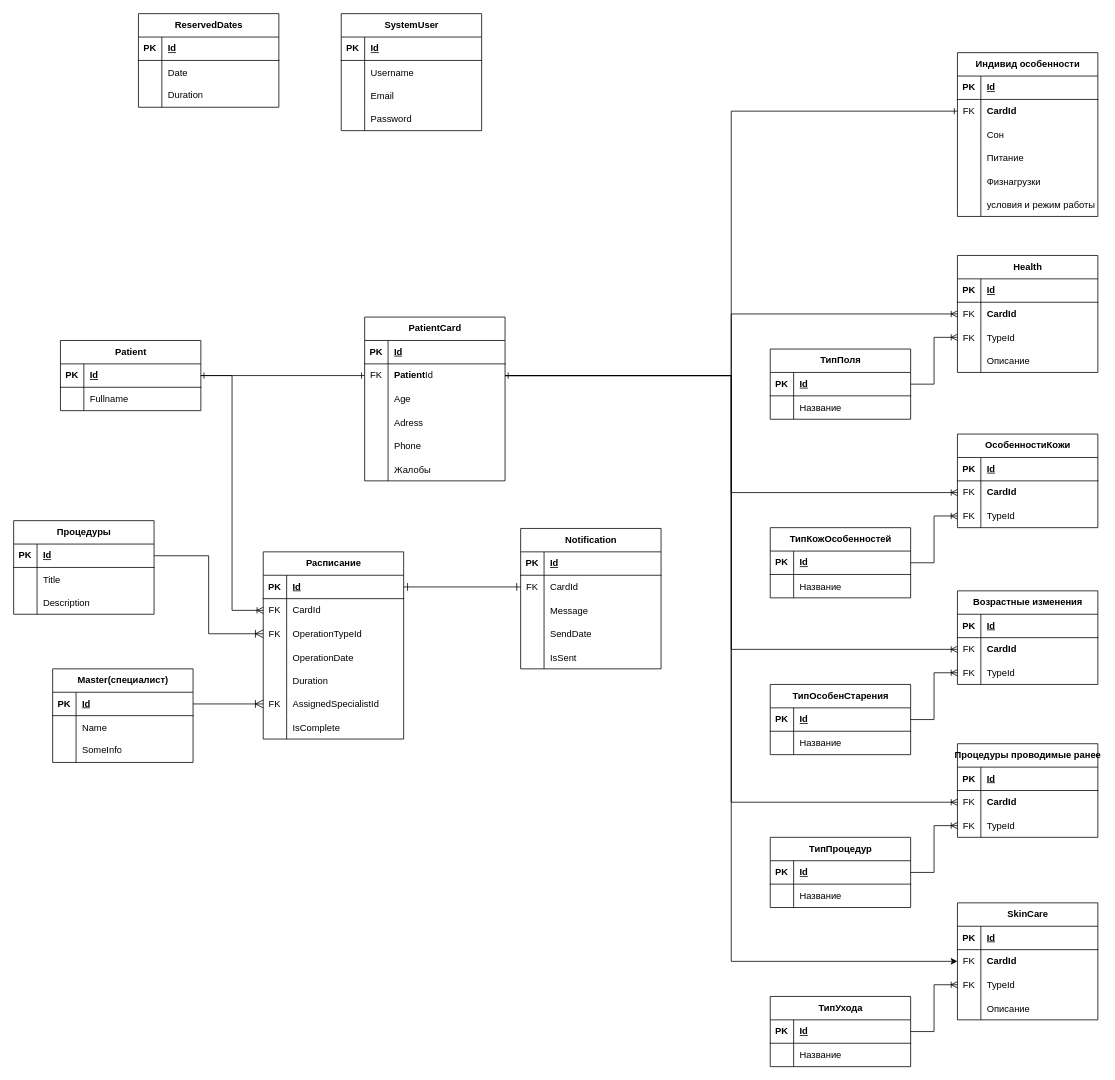
Before: Другие файлы/Доменные сущности.drawio in Sadaly/Cosmetics_GraduateWork, a draw.io diagram. Source tidied: cells renumbered, new cells numbered last; positions are measured from the earlier drawing's top-left corner, leaving out a move shared by most shapes. Both pictures are drawn from the tidied source at 78%, with x=0, y=0 at pixel (13, 13).
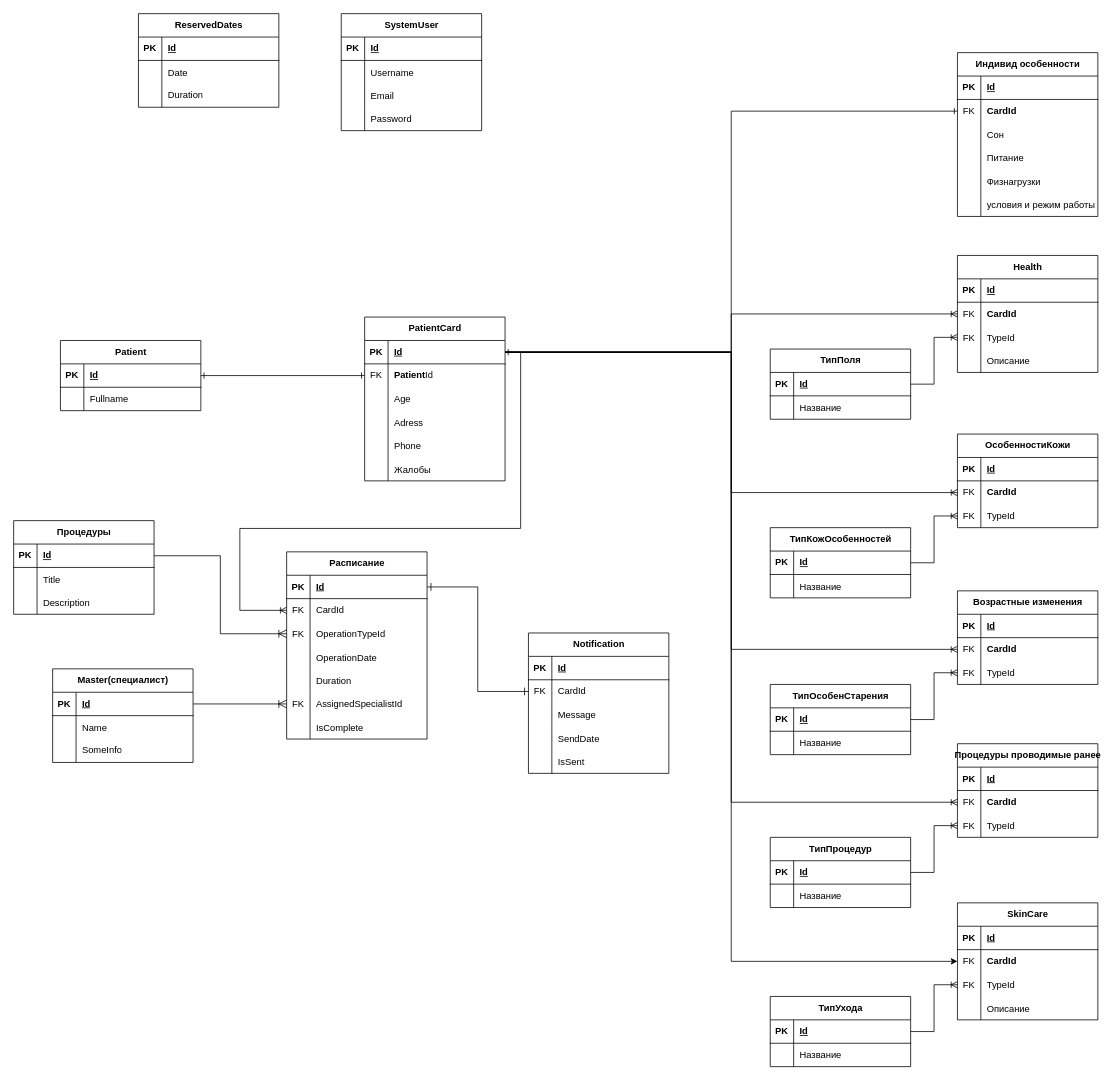
The same diagram, later.

Unchanged cells that the change refers to:
```xml
<mxCell id="16" style="shape=tableRow;horizontal=0;startSize=0;swimlaneHead=0;swimlaneBody=0;fillColor=none;points=[[0,0.5],[1,0.5]];portConstraint=eastwest;top=0;left=0;right=0;bottom=1;" parent="15" vertex="1">
  <mxGeometry y="30" width="180" height="30" as="geometry" />
</mxCell>
<mxCell id="19" style="shape=tableRow;horizontal=0;startSize=0;swimlaneHead=0;swimlaneBody=0;fillColor=none;points=[[0,0.5],[1,0.5]];portConstraint=eastwest;top=0;left=0;right=0;bottom=0;" parent="15" vertex="1">
  <mxGeometry y="60" width="180" height="30" as="geometry" />
</mxCell>
<mxCell id="45" style="shape=tableRow;horizontal=0;startSize=0;swimlaneHead=0;swimlaneBody=0;fillColor=none;points=[[0,0.5],[1,0.5]];portConstraint=eastwest;top=0;left=0;right=0;bottom=1;" parent="44" vertex="1">
  <mxGeometry y="30" width="180" height="30" as="geometry" />
</mxCell>
<mxCell id="55" style="shape=tableRow;horizontal=0;startSize=0;swimlaneHead=0;swimlaneBody=0;fillColor=none;points=[[0,0.5],[1,0.5]];portConstraint=eastwest;top=0;left=0;right=0;bottom=0;" parent="51" vertex="1">
  <mxGeometry y="60" width="180" height="30" as="geometry" />
</mxCell>
<mxCell id="117" style="shape=tableRow;horizontal=0;startSize=0;swimlaneHead=0;swimlaneBody=0;fillColor=none;points=[[0,0.5],[1,0.5]];portConstraint=eastwest;top=0;left=0;right=0;bottom=0;" parent="113" vertex="1">
  <mxGeometry y="60" width="180" height="30" as="geometry" />
</mxCell>
<mxCell id="131" style="shape=tableRow;horizontal=0;startSize=0;swimlaneHead=0;swimlaneBody=0;fillColor=none;points=[[0,0.5],[1,0.5]];portConstraint=eastwest;top=0;left=0;right=0;bottom=0;" parent="127" vertex="1">
  <mxGeometry y="60" width="180" height="30" as="geometry" />
</mxCell>
<mxCell id="152" style="shape=tableRow;horizontal=0;startSize=0;swimlaneHead=0;swimlaneBody=0;fillColor=none;points=[[0,0.5],[1,0.5]];portConstraint=eastwest;top=0;left=0;right=0;bottom=0;" parent="148" vertex="1">
  <mxGeometry y="60" width="180" height="30" as="geometry" />
</mxCell>
<mxCell id="170" style="shape=tableRow;horizontal=0;startSize=0;swimlaneHead=0;swimlaneBody=0;fillColor=none;points=[[0,0.5],[1,0.5]];portConstraint=eastwest;top=0;left=0;right=0;bottom=0;" parent="166" vertex="1">
  <mxGeometry y="60" width="180" height="30" as="geometry" />
</mxCell>
<mxCell id="188" style="shape=tableRow;horizontal=0;startSize=0;swimlaneHead=0;swimlaneBody=0;fillColor=none;points=[[0,0.5],[1,0.5]];portConstraint=eastwest;top=0;left=0;right=0;bottom=0;" parent="184" vertex="1">
  <mxGeometry y="60" width="180" height="30" as="geometry" />
</mxCell>
<mxCell id="218" style="shape=tableRow;horizontal=0;startSize=0;swimlaneHead=0;swimlaneBody=0;fillColor=none;points=[[0,0.5],[1,0.5]];portConstraint=eastwest;top=0;left=0;right=0;bottom=0;" parent="214" vertex="1">
  <mxGeometry y="60" width="180" height="30" as="geometry" />
</mxCell>
```

Change to the diagram source:
```diff
@@
     <mxCell id="51" value="Расписание" style="shape=table;startSize=30;childLayout=tableLayout;rowLines=0;fontStyle=1;align=center;html=1;" parent="1" vertex="1">
-      <mxGeometry x="320" y="690" width="180" height="240" as="geometry" />
+      <mxGeometry x="350" y="690" width="180" height="240" as="geometry" />
     </mxCell>
@@
     <mxCell id="84" value="Notification" style="shape=table;startSize=30;childLayout=tableLayout;rowLines=0;fontStyle=1;align=center;html=1;" parent="1" vertex="1">
-      <mxGeometry x="650" y="660" width="180" height="180" as="geometry" />
+      <mxGeometry x="660" y="794" width="180" height="180" as="geometry" />
     </mxCell>
@@
-    <mxCell id="112" style="edgeStyle=orthogonalEdgeStyle;rounded=0;jettySize=auto;html=1;endArrow=ERoneToMany;endFill=0;" parent="1" edge="1" source="45" target="55">
-      <mxGeometry relative="1" as="geometry" />
+    <mxCell id="112" style="edgeStyle=orthogonalEdgeStyle;rounded=0;jettySize=auto;html=1;endArrow=ERoneToMany;endFill=0;exitX=1;exitY=0.5;exitDx=0;exitDy=0;" parent="1" edge="1" source="16" target="55">
+      <mxGeometry relative="1" as="geometry">
+        <Array as="points">
+          <mxPoint x="650" y="434" />
+          <mxPoint x="650" y="660" />
+          <mxPoint x="290" y="660" />
+          <mxPoint x="290" y="765" />
+        </Array>
+      </mxGeometry>
     </mxCell>
@@
-    <mxCell id="126" style="edgeStyle=orthogonalEdgeStyle;rounded=0;jettySize=auto;html=1;endArrow=ERoneToMany;endFill=0;startArrow=none;startFill=0;" parent="1" edge="1" source="19" target="117">
+    <mxCell id="126" style="edgeStyle=orthogonalEdgeStyle;rounded=0;jettySize=auto;html=1;endArrow=ERoneToMany;endFill=0;startArrow=none;startFill=0;" parent="1" edge="1" source="16" target="117">
       <mxGeometry relative="1" as="geometry" />
     </mxCell>
@@
-    <mxCell id="146" style="edgeStyle=orthogonalEdgeStyle;rounded=0;jettySize=auto;html=1;endArrow=ERone;endFill=0;startArrow=ERone;startFill=0;" parent="1" edge="1" source="19" target="131">
+    <mxCell id="146" style="edgeStyle=orthogonalEdgeStyle;rounded=0;jettySize=auto;html=1;endArrow=ERone;endFill=0;startArrow=ERone;startFill=0;" parent="1" edge="1" source="16" target="131">
       <mxGeometry relative="1" as="geometry" />
     </mxCell>
@@
-    <mxCell id="165" style="edgeStyle=orthogonalEdgeStyle;rounded=0;jettySize=auto;html=1;endArrow=ERoneToMany;endFill=0;" parent="1" edge="1" source="19" target="152">
+    <mxCell id="165" style="edgeStyle=orthogonalEdgeStyle;rounded=0;jettySize=auto;html=1;endArrow=ERoneToMany;endFill=0;" parent="1" edge="1" source="16" target="152">
       <mxGeometry relative="1" as="geometry" />
     </mxCell>
@@
-    <mxCell id="183" style="edgeStyle=orthogonalEdgeStyle;rounded=0;jettySize=auto;html=1;endArrow=ERoneToMany;endFill=0;" parent="1" edge="1" source="19" target="170">
+    <mxCell id="183" style="edgeStyle=orthogonalEdgeStyle;rounded=0;jettySize=auto;html=1;endArrow=ERoneToMany;endFill=0;" parent="1" edge="1" source="16" target="170">
       <mxGeometry relative="1" as="geometry" />
     </mxCell>
@@
-    <mxCell id="201" style="edgeStyle=orthogonalEdgeStyle;rounded=0;jettySize=auto;html=1;endArrow=ERoneToMany;endFill=0;" parent="1" edge="1" source="19" target="188">
+    <mxCell id="201" style="edgeStyle=orthogonalEdgeStyle;rounded=0;jettySize=auto;html=1;endArrow=ERoneToMany;endFill=0;" parent="1" edge="1" source="16" target="188">
       <mxGeometry relative="1" as="geometry" />
     </mxCell>
@@
-    <mxCell id="205" style="edgeStyle=orthogonalEdgeStyle;rounded=0;jettySize=auto;html=1;" parent="1" edge="1" source="19" target="218">
+    <mxCell id="205" style="edgeStyle=orthogonalEdgeStyle;rounded=0;jettySize=auto;html=1;" parent="1" edge="1" source="16" target="218">
       <mxGeometry relative="1" as="geometry" />
     </mxCell>
```
